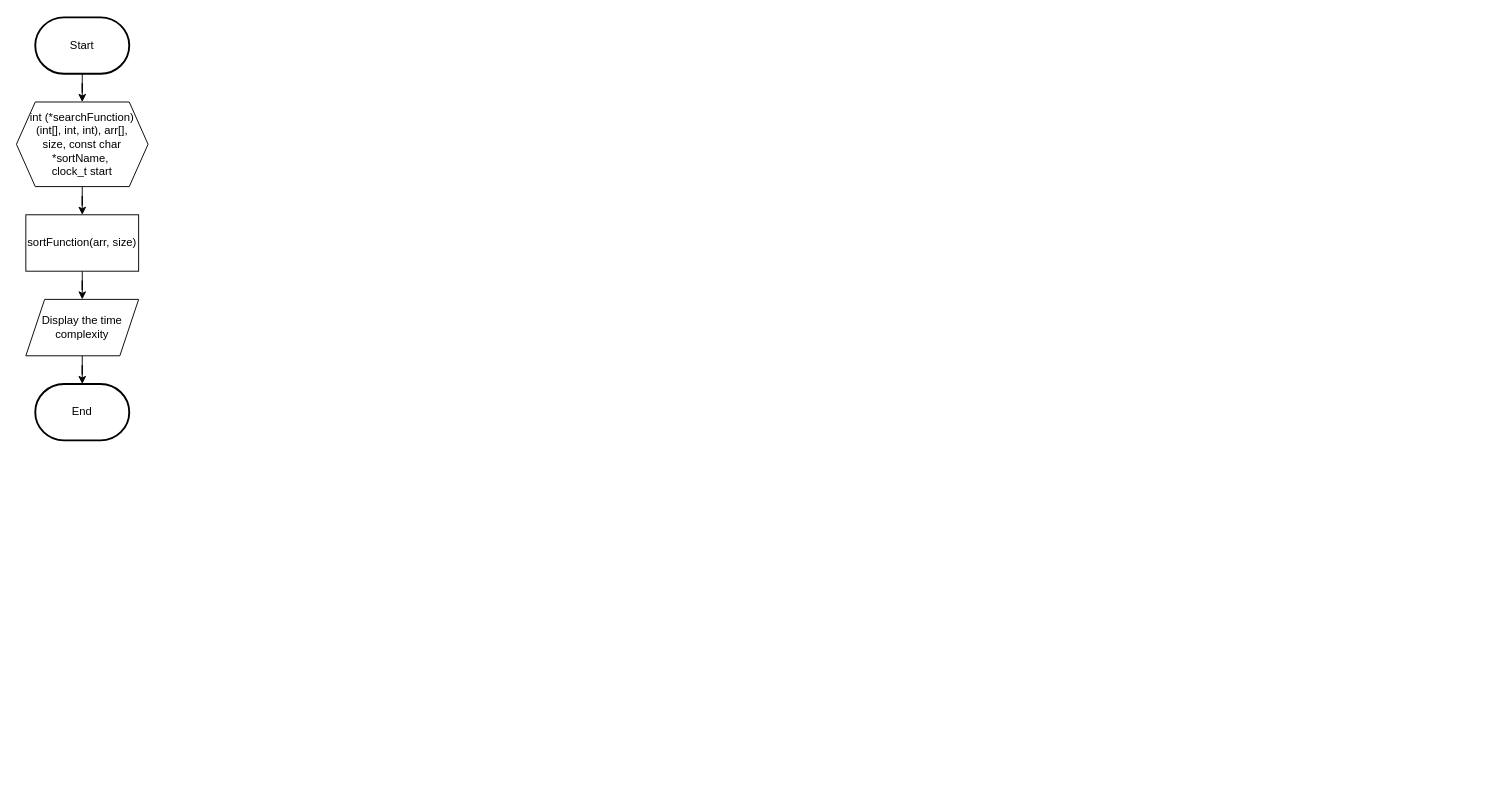
The draw.io diagram page "menu" (7 of 8) of Flowchart Modul 3.drawio in elikawicaksana/BuildIT_BasisData, before the edit. Source tidied: cells renumbered, new cells numbered last; positions are measured from the earlier drawing's top-left corner, leaving out a move shared by most shapes. Both pictures are drawn from the tidied source at 94%, with x=0, y=0 at pixel (16, 17).
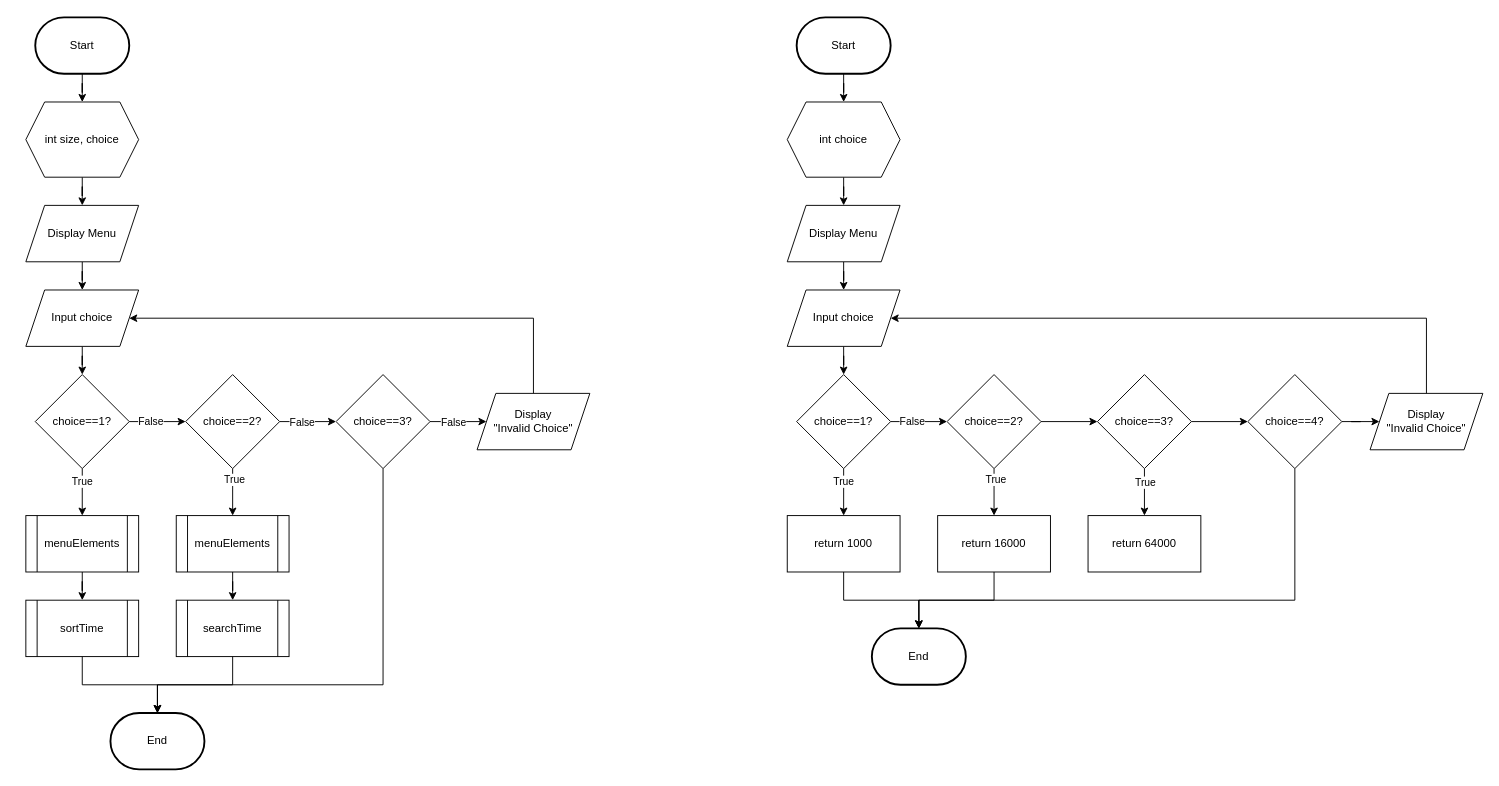
The same page after the edit.

The change refers to these unchanged cells:
```xml
<mxCell id="3" value="Start" style="strokeWidth=2;html=1;shape=mxgraph.flowchart.terminator;whiteSpace=wrap;" parent="1" vertex="1">
  <mxGeometry x="20" width="100" height="60" as="geometry" />
</mxCell>
```

Change to the diagram source:
```diff
@@
-    <mxCell id="2" style="edgeStyle=orthogonalEdgeStyle;rounded=0;jettySize=auto;html=1;entryX=0.5;entryY=0;entryDx=0;entryDy=0;" parent="1" edge="1" source="3" target="5">
-      <mxGeometry relative="1" as="geometry" />
-    </mxCell>
+    <mxCell id="11" style="edgeStyle=orthogonalEdgeStyle;rounded=0;jettySize=auto;html=1;entryX=0.5;entryY=0;entryDx=0;entryDy=0;" parent="1" edge="1" source="3" target="13">
+      <mxGeometry relative="1" as="geometry" />
+    </mxCell>
@@
-    <mxCell id="4" style="edgeStyle=orthogonalEdgeStyle;rounded=0;jettySize=auto;html=1;entryX=0.5;entryY=0;entryDx=0;entryDy=0;" parent="1" edge="1" source="5" target="7">
-      <mxGeometry relative="1" as="geometry" />
-    </mxCell>
-    <mxCell id="5" value="int (*searchFunction)&lt;div&gt;(int[], int, int), arr[], size,&amp;nbsp;&lt;span style=&quot;background-color: initial; color: rgb(0, 0, 0); --darkreader-inline-bgcolor: initial; --darkreader-inline-color: #e8e6e3;&quot;&gt;const char *sortName,&amp;nbsp;&lt;/span&gt;&lt;div&gt;&lt;span style=&quot;background-color: initial; color: rgb(0, 0, 0); --darkreader-inline-bgcolor: initial; --darkreader-inline-color: #e8e6e3;&quot;&gt;clock_t start&lt;/span&gt;&lt;/div&gt;&lt;/div&gt;" style="shape=hexagon;perimeter=hexagonPerimeter2;whiteSpace=wrap;html=1;fixedSize=1;" parent="1" vertex="1">
-      <mxGeometry y="90" width="140" height="90" as="geometry" />
-    </mxCell>
-    <mxCell id="6" style="edgeStyle=orthogonalEdgeStyle;rounded=0;jettySize=auto;html=1;entryX=0.5;entryY=0;entryDx=0;entryDy=0;" parent="1" edge="1" source="7" target="8">
-      <mxGeometry relative="1" as="geometry" />
-    </mxCell>
-    <mxCell id="7" value="sortFunction(arr, size)" style="rounded=0;whiteSpace=wrap;html=1;" parent="1" vertex="1">
-      <mxGeometry x="10" y="210" width="120" height="60" as="geometry" />
-    </mxCell>
-    <mxCell id="8" value="Display the time complexity" style="shape=parallelogram;perimeter=parallelogramPerimeter;whiteSpace=wrap;html=1;fixedSize=1;" parent="1" vertex="1">
-      <mxGeometry x="10" y="300" width="120" height="60" as="geometry" />
-    </mxCell>
     <mxCell id="9" value="End" style="strokeWidth=2;html=1;shape=mxgraph.flowchart.terminator;whiteSpace=wrap;" parent="1" vertex="1">
-      <mxGeometry x="20" y="390" width="100" height="60" as="geometry" />
+      <mxGeometry x="100" y="740" width="100" height="60" as="geometry" />
     </mxCell>
-    <mxCell id="10" style="edgeStyle=orthogonalEdgeStyle;rounded=0;jettySize=auto;html=1;entryX=0.5;entryY=0;entryDx=0;entryDy=0;entryPerimeter=0;" parent="1" edge="1" source="8" target="9">
-      <mxGeometry relative="1" as="geometry" />
-    </mxCell>
+    <mxCell id="12" style="edgeStyle=orthogonalEdgeStyle;rounded=0;jettySize=auto;html=1;entryX=0.5;entryY=0;entryDx=0;entryDy=0;" parent="1" edge="1" source="13" target="15">
+      <mxGeometry relative="1" as="geometry" />
+    </mxCell>
+    <mxCell id="13" value="int size, choice" style="shape=hexagon;perimeter=hexagonPerimeter2;whiteSpace=wrap;html=1;fixedSize=1;" parent="1" vertex="1">
+      <mxGeometry x="10" y="90" width="120" height="80" as="geometry" />
+    </mxCell>
+    <mxCell id="14" style="edgeStyle=orthogonalEdgeStyle;rounded=0;jettySize=auto;html=1;" parent="1" edge="1" source="15" target="17">
+      <mxGeometry relative="1" as="geometry" />
+    </mxCell>
+    <mxCell id="15" value="Display Menu" style="shape=parallelogram;perimeter=parallelogramPerimeter;whiteSpace=wrap;html=1;fixedSize=1;" parent="1" vertex="1">
+      <mxGeometry x="10" y="200" width="120" height="60" as="geometry" />
+    </mxCell>
+    <mxCell id="16" style="edgeStyle=orthogonalEdgeStyle;rounded=0;jettySize=auto;html=1;entryX=0.5;entryY=0;entryDx=0;entryDy=0;" parent="1" edge="1" source="17" target="22">
+      <mxGeometry relative="1" as="geometry" />
+    </mxCell>
+    <mxCell id="17" value="Input choice" style="shape=parallelogram;perimeter=parallelogramPerimeter;whiteSpace=wrap;html=1;fixedSize=1;" parent="1" vertex="1">
+      <mxGeometry x="10" y="290" width="120" height="60" as="geometry" />
+    </mxCell>
+    <mxCell id="18" style="edgeStyle=orthogonalEdgeStyle;rounded=0;jettySize=auto;html=1;entryX=0;entryY=0.5;entryDx=0;entryDy=0;" parent="1" edge="1" source="22" target="27">
+      <mxGeometry relative="1" as="geometry" />
+    </mxCell>
+    <mxCell id="19" value="False" style="edgeLabel;html=1;align=center;verticalAlign=middle;" parent="18" vertex="1">
+      <mxGeometry x="-0.26" y="1" relative="1" as="geometry" />
+    </mxCell>
+    <mxCell id="20" style="edgeStyle=orthogonalEdgeStyle;rounded=0;jettySize=auto;html=1;entryX=0.5;entryY=0;entryDx=0;entryDy=0;" parent="1" edge="1" source="22" target="34">
+      <mxGeometry relative="1" as="geometry">
+        <Array as="points">
+          <mxPoint x="70" y="490" />
+          <mxPoint x="70" y="490" />
+        </Array>
+      </mxGeometry>
+    </mxCell>
+    <mxCell id="21" value="True" style="edgeLabel;html=1;align=center;verticalAlign=middle;" parent="20" vertex="1">
+      <mxGeometry x="-0.47" y="-1" relative="1" as="geometry" />
+    </mxCell>
+    <mxCell id="22" value="choice==1?" style="rhombus;whiteSpace=wrap;html=1;" parent="1" vertex="1">
+      <mxGeometry x="20" y="380" width="100" height="100" as="geometry" />
+    </mxCell>
+    <mxCell id="23" style="edgeStyle=orthogonalEdgeStyle;rounded=0;jettySize=auto;html=1;entryX=0;entryY=0.5;entryDx=0;entryDy=0;" parent="1" edge="1" source="27" target="30">
+      <mxGeometry relative="1" as="geometry" />
+    </mxCell>
+    <mxCell id="24" value="False" style="edgeLabel;html=1;align=center;verticalAlign=middle;" parent="23" vertex="1">
+      <mxGeometry x="-0.24" relative="1" as="geometry" />
+    </mxCell>
+    <mxCell id="25" style="edgeStyle=orthogonalEdgeStyle;rounded=0;jettySize=auto;html=1;entryX=0.5;entryY=0;entryDx=0;entryDy=0;" parent="1" edge="1" source="27" target="36">
+      <mxGeometry relative="1" as="geometry">
+        <Array as="points">
+          <mxPoint x="230" y="490" />
+          <mxPoint x="230" y="490" />
+        </Array>
+      </mxGeometry>
+    </mxCell>
+    <mxCell id="26" value="True" style="edgeLabel;html=1;align=center;verticalAlign=middle;" parent="25" vertex="1">
+      <mxGeometry x="-0.56" y="1" relative="1" as="geometry" />
+    </mxCell>
+    <mxCell id="27" value="choice==2?" style="rhombus;whiteSpace=wrap;html=1;" parent="1" vertex="1">
+      <mxGeometry x="180" y="380" width="100" height="100" as="geometry" />
+    </mxCell>
+    <mxCell id="28" style="edgeStyle=orthogonalEdgeStyle;rounded=0;jettySize=auto;html=1;entryX=0;entryY=0.5;entryDx=0;entryDy=0;" parent="1" edge="1" source="30" target="32">
+      <mxGeometry relative="1" as="geometry" />
+    </mxCell>
+    <mxCell id="29" value="False" style="edgeLabel;html=1;align=center;verticalAlign=middle;" parent="28" vertex="1">
+      <mxGeometry x="-0.19" relative="1" as="geometry" />
+    </mxCell>
+    <mxCell id="30" value="choice==3?" style="rhombus;whiteSpace=wrap;html=1;" parent="1" vertex="1">
+      <mxGeometry x="340" y="380" width="100" height="100" as="geometry" />
+    </mxCell>
+    <mxCell id="31" style="edgeStyle=orthogonalEdgeStyle;rounded=0;jettySize=auto;html=1;entryX=1;entryY=0.5;entryDx=0;entryDy=0;" parent="1" edge="1" source="32" target="17">
+      <mxGeometry relative="1" as="geometry">
+        <Array as="points">
+          <mxPoint x="550" y="320" />
+        </Array>
+      </mxGeometry>
+    </mxCell>
+    <mxCell id="32" value="Display&lt;br&gt;&quot;Invalid Choice&quot;" style="shape=parallelogram;perimeter=parallelogramPerimeter;whiteSpace=wrap;html=1;fixedSize=1;" parent="1" vertex="1">
+      <mxGeometry x="490" y="400" width="120" height="60" as="geometry" />
+    </mxCell>
+    <mxCell id="33" style="edgeStyle=orthogonalEdgeStyle;rounded=0;jettySize=auto;html=1;entryX=0.5;entryY=0;entryDx=0;entryDy=0;" parent="1" edge="1" source="34" target="37">
+      <mxGeometry relative="1" as="geometry" />
+    </mxCell>
+    <mxCell id="34" value="menuElements" style="shape=process;whiteSpace=wrap;html=1;backgroundOutline=1;" parent="1" vertex="1">
+      <mxGeometry x="10" y="530" width="120" height="60" as="geometry" />
+    </mxCell>
+    <mxCell id="35" style="edgeStyle=orthogonalEdgeStyle;rounded=0;jettySize=auto;html=1;entryX=0.5;entryY=0;entryDx=0;entryDy=0;" parent="1" edge="1" source="36" target="38">
+      <mxGeometry relative="1" as="geometry" />
+    </mxCell>
+    <mxCell id="36" value="menuElements" style="shape=process;whiteSpace=wrap;html=1;backgroundOutline=1;" parent="1" vertex="1">
+      <mxGeometry x="170" y="530" width="120" height="60" as="geometry" />
+    </mxCell>
+    <mxCell id="37" value="sortTime" style="shape=process;whiteSpace=wrap;html=1;backgroundOutline=1;" parent="1" vertex="1">
+      <mxGeometry x="10" y="620" width="120" height="60" as="geometry" />
+    </mxCell>
+    <mxCell id="38" value="searchTime" style="shape=process;whiteSpace=wrap;html=1;backgroundOutline=1;" parent="1" vertex="1">
+      <mxGeometry x="170" y="620" width="120" height="60" as="geometry" />
+    </mxCell>
+    <mxCell id="39" style="edgeStyle=orthogonalEdgeStyle;rounded=0;jettySize=auto;html=1;entryX=0.5;entryY=0;entryDx=0;entryDy=0;entryPerimeter=0;" parent="1" edge="1" source="37" target="9">
+      <mxGeometry relative="1" as="geometry">
+        <Array as="points">
+          <mxPoint x="70" y="710" />
+          <mxPoint x="150" y="710" />
+        </Array>
+      </mxGeometry>
+    </mxCell>
+    <mxCell id="40" style="edgeStyle=orthogonalEdgeStyle;rounded=0;jettySize=auto;html=1;entryX=0.5;entryY=0;entryDx=0;entryDy=0;entryPerimeter=0;" parent="1" edge="1" source="38" target="9">
+      <mxGeometry relative="1" as="geometry">
+        <Array as="points">
+          <mxPoint x="230" y="710" />
+          <mxPoint x="150" y="710" />
+        </Array>
+      </mxGeometry>
+    </mxCell>
+    <mxCell id="41" style="edgeStyle=orthogonalEdgeStyle;rounded=0;jettySize=auto;html=1;entryX=0.5;entryY=0;entryDx=0;entryDy=0;entryPerimeter=0;" parent="1" edge="1" source="30" target="9">
+      <mxGeometry relative="1" as="geometry">
+        <Array as="points">
+          <mxPoint x="390" y="710" />
+          <mxPoint x="150" y="710" />
+        </Array>
+      </mxGeometry>
+    </mxCell>
+    <mxCell id="42" style="edgeStyle=orthogonalEdgeStyle;rounded=0;jettySize=auto;html=1;entryX=0.5;entryY=0;entryDx=0;entryDy=0;" parent="1" edge="1" source="43" target="46">
+      <mxGeometry relative="1" as="geometry" />
+    </mxCell>
+    <mxCell id="43" value="Start" style="strokeWidth=2;html=1;shape=mxgraph.flowchart.terminator;whiteSpace=wrap;" parent="1" vertex="1">
+      <mxGeometry x="830" width="100" height="60" as="geometry" />
+    </mxCell>
+    <mxCell id="44" value="End" style="strokeWidth=2;html=1;shape=mxgraph.flowchart.terminator;whiteSpace=wrap;" parent="1" vertex="1">
+      <mxGeometry x="910" y="650" width="100" height="60" as="geometry" />
+    </mxCell>
+    <mxCell id="45" style="edgeStyle=orthogonalEdgeStyle;rounded=0;jettySize=auto;html=1;entryX=0.5;entryY=0;entryDx=0;entryDy=0;" parent="1" edge="1" source="46" target="48">
+      <mxGeometry relative="1" as="geometry" />
+    </mxCell>
+    <mxCell id="46" value="int choice" style="shape=hexagon;perimeter=hexagonPerimeter2;whiteSpace=wrap;html=1;fixedSize=1;" parent="1" vertex="1">
+      <mxGeometry x="820" y="90" width="120" height="80" as="geometry" />
+    </mxCell>
+    <mxCell id="47" style="edgeStyle=orthogonalEdgeStyle;rounded=0;jettySize=auto;html=1;" parent="1" edge="1" source="48" target="50">
+      <mxGeometry relative="1" as="geometry" />
+    </mxCell>
+    <mxCell id="48" value="Display Menu" style="shape=parallelogram;perimeter=parallelogramPerimeter;whiteSpace=wrap;html=1;fixedSize=1;" parent="1" vertex="1">
+      <mxGeometry x="820" y="200" width="120" height="60" as="geometry" />
+    </mxCell>
+    <mxCell id="49" style="edgeStyle=orthogonalEdgeStyle;rounded=0;jettySize=auto;html=1;entryX=0.5;entryY=0;entryDx=0;entryDy=0;" parent="1" edge="1" source="50" target="55">
+      <mxGeometry relative="1" as="geometry" />
+    </mxCell>
+    <mxCell id="50" value="Input choice" style="shape=parallelogram;perimeter=parallelogramPerimeter;whiteSpace=wrap;html=1;fixedSize=1;" parent="1" vertex="1">
+      <mxGeometry x="820" y="290" width="120" height="60" as="geometry" />
+    </mxCell>
+    <mxCell id="51" style="edgeStyle=orthogonalEdgeStyle;rounded=0;jettySize=auto;html=1;entryX=0;entryY=0.5;entryDx=0;entryDy=0;" parent="1" edge="1" source="55" target="59">
+      <mxGeometry relative="1" as="geometry" />
+    </mxCell>
+    <mxCell id="52" value="False" style="edgeLabel;html=1;align=center;verticalAlign=middle;" parent="51" vertex="1">
+      <mxGeometry x="-0.26" y="1" relative="1" as="geometry" />
+    </mxCell>
+    <mxCell id="53" style="edgeStyle=orthogonalEdgeStyle;rounded=0;jettySize=auto;html=1;entryX=0.5;entryY=0;entryDx=0;entryDy=0;" parent="1" edge="1" source="55" target="69">
+      <mxGeometry relative="1" as="geometry" />
+    </mxCell>
+    <mxCell id="54" value="True" style="edgeLabel;html=1;align=center;verticalAlign=middle;" parent="53" vertex="1">
+      <mxGeometry x="-0.47" y="-1" relative="1" as="geometry" />
+    </mxCell>
+    <mxCell id="55" value="choice==1?" style="rhombus;whiteSpace=wrap;html=1;" parent="1" vertex="1">
+      <mxGeometry x="830" y="380" width="100" height="100" as="geometry" />
+    </mxCell>
+    <mxCell id="56" style="edgeStyle=orthogonalEdgeStyle;rounded=0;jettySize=auto;html=1;entryX=0.5;entryY=0;entryDx=0;entryDy=0;" parent="1" edge="1" source="59" target="70">
+      <mxGeometry relative="1" as="geometry" />
+    </mxCell>
+    <mxCell id="57" value="True" style="edgeLabel;html=1;align=center;verticalAlign=middle;" parent="56" vertex="1">
+      <mxGeometry x="-0.56" y="1" relative="1" as="geometry" />
+    </mxCell>
+    <mxCell id="58" style="edgeStyle=orthogonalEdgeStyle;rounded=0;jettySize=auto;html=1;entryX=0;entryY=0.5;entryDx=0;entryDy=0;" parent="1" edge="1" source="59" target="68">
+      <mxGeometry relative="1" as="geometry" />
+    </mxCell>
+    <mxCell id="59" value="choice==2?" style="rhombus;whiteSpace=wrap;html=1;" parent="1" vertex="1">
+      <mxGeometry x="990" y="380" width="100" height="100" as="geometry" />
+    </mxCell>
+    <mxCell id="60" style="edgeStyle=orthogonalEdgeStyle;rounded=0;jettySize=auto;html=1;entryX=0;entryY=0.5;entryDx=0;entryDy=0;" parent="1" edge="1" source="61" target="63">
+      <mxGeometry relative="1" as="geometry" />
+    </mxCell>
+    <mxCell id="61" value="choice==4?" style="rhombus;whiteSpace=wrap;html=1;" parent="1" vertex="1">
+      <mxGeometry x="1310" y="380" width="100" height="100" as="geometry" />
+    </mxCell>
+    <mxCell id="62" style="edgeStyle=orthogonalEdgeStyle;rounded=0;jettySize=auto;html=1;entryX=1;entryY=0.5;entryDx=0;entryDy=0;" parent="1" edge="1" source="63" target="50">
+      <mxGeometry relative="1" as="geometry">
+        <Array as="points">
+          <mxPoint x="1500" y="320" />
+        </Array>
+      </mxGeometry>
+    </mxCell>
+    <mxCell id="63" value="Display&lt;br&gt;&quot;Invalid Choice&quot;" style="shape=parallelogram;perimeter=parallelogramPerimeter;whiteSpace=wrap;html=1;fixedSize=1;" parent="1" vertex="1">
+      <mxGeometry x="1440" y="400" width="120" height="60" as="geometry" />
+    </mxCell>
+    <mxCell id="64" style="edgeStyle=orthogonalEdgeStyle;rounded=0;jettySize=auto;html=1;entryX=0.5;entryY=0;entryDx=0;entryDy=0;entryPerimeter=0;" parent="1" edge="1" source="61" target="44">
+      <mxGeometry relative="1" as="geometry">
+        <Array as="points">
+          <mxPoint x="1360" y="620" />
+          <mxPoint x="960" y="620" />
+        </Array>
+      </mxGeometry>
+    </mxCell>
+    <mxCell id="65" style="edgeStyle=orthogonalEdgeStyle;rounded=0;jettySize=auto;html=1;entryX=0;entryY=0.5;entryDx=0;entryDy=0;" parent="1" edge="1" source="68" target="61">
+      <mxGeometry relative="1" as="geometry" />
+    </mxCell>
+    <mxCell id="66" style="edgeStyle=orthogonalEdgeStyle;rounded=0;jettySize=auto;html=1;entryX=0.5;entryY=0;entryDx=0;entryDy=0;" parent="1" edge="1" source="68" target="73">
+      <mxGeometry relative="1" as="geometry" />
+    </mxCell>
+    <mxCell id="67" value="True" style="edgeLabel;html=1;align=center;verticalAlign=middle;" parent="66" vertex="1">
+      <mxGeometry x="-0.43" relative="1" as="geometry" />
+    </mxCell>
+    <mxCell id="68" value="choice==3?" style="rhombus;whiteSpace=wrap;html=1;" parent="1" vertex="1">
+      <mxGeometry x="1150" y="380" width="100" height="100" as="geometry" />
+    </mxCell>
+    <mxCell id="69" value="return 1000" style="rounded=0;whiteSpace=wrap;html=1;" parent="1" vertex="1">
+      <mxGeometry x="820" y="530" width="120" height="60" as="geometry" />
+    </mxCell>
+    <mxCell id="70" value="return 16000" style="rounded=0;whiteSpace=wrap;html=1;" parent="1" vertex="1">
+      <mxGeometry x="980" y="530" width="120" height="60" as="geometry" />
+    </mxCell>
+    <mxCell id="71" style="edgeStyle=orthogonalEdgeStyle;rounded=0;jettySize=auto;html=1;entryX=0.5;entryY=0;entryDx=0;entryDy=0;entryPerimeter=0;" parent="1" edge="1" source="69" target="44">
+      <mxGeometry relative="1" as="geometry" />
+    </mxCell>
+    <mxCell id="72" style="edgeStyle=orthogonalEdgeStyle;rounded=0;jettySize=auto;html=1;entryX=0.5;entryY=0;entryDx=0;entryDy=0;entryPerimeter=0;" parent="1" edge="1" source="70" target="44">
+      <mxGeometry relative="1" as="geometry" />
+    </mxCell>
+    <mxCell id="73" value="return 64000" style="rounded=0;whiteSpace=wrap;html=1;" parent="1" vertex="1">
+      <mxGeometry x="1140" y="530" width="120" height="60" as="geometry" />
+    </mxCell>
```
